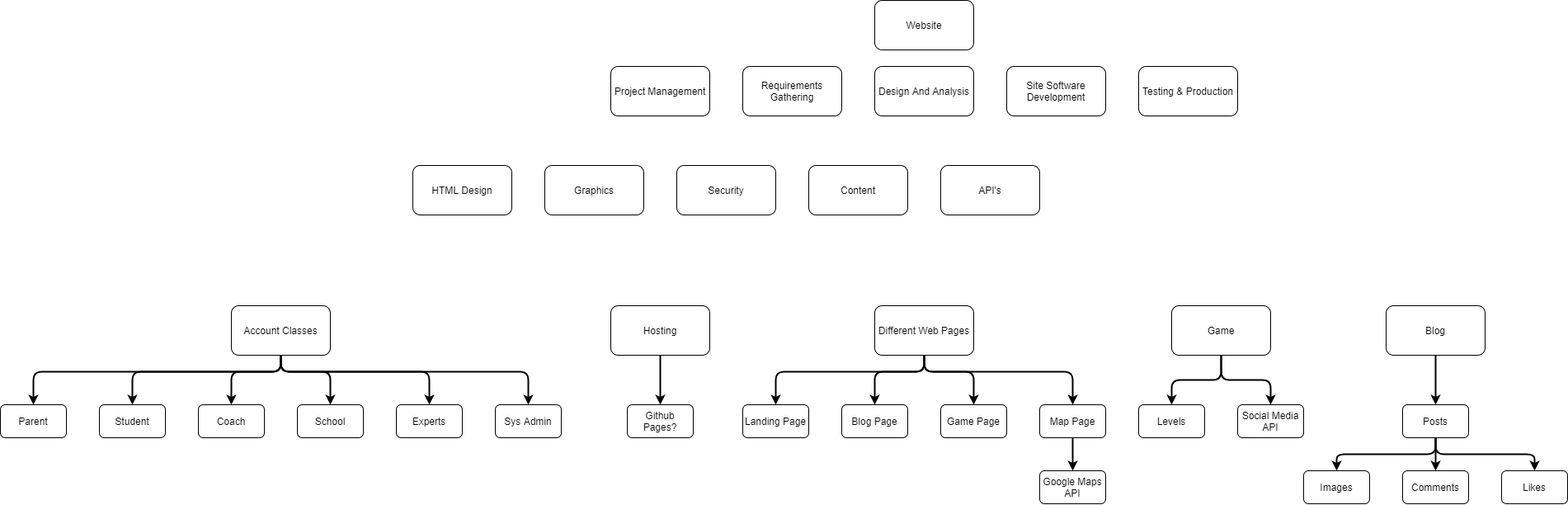
Before: Deliverables/Week_5/Work Breakdown Structure.png, a diagram exported from draw.io (Hanandrof/Group-3-Repository). Source tidied: cells renumbered, new cells last; positions are measured from the earlier drawing's top-left corner, leaving out a move shared by most shapes.
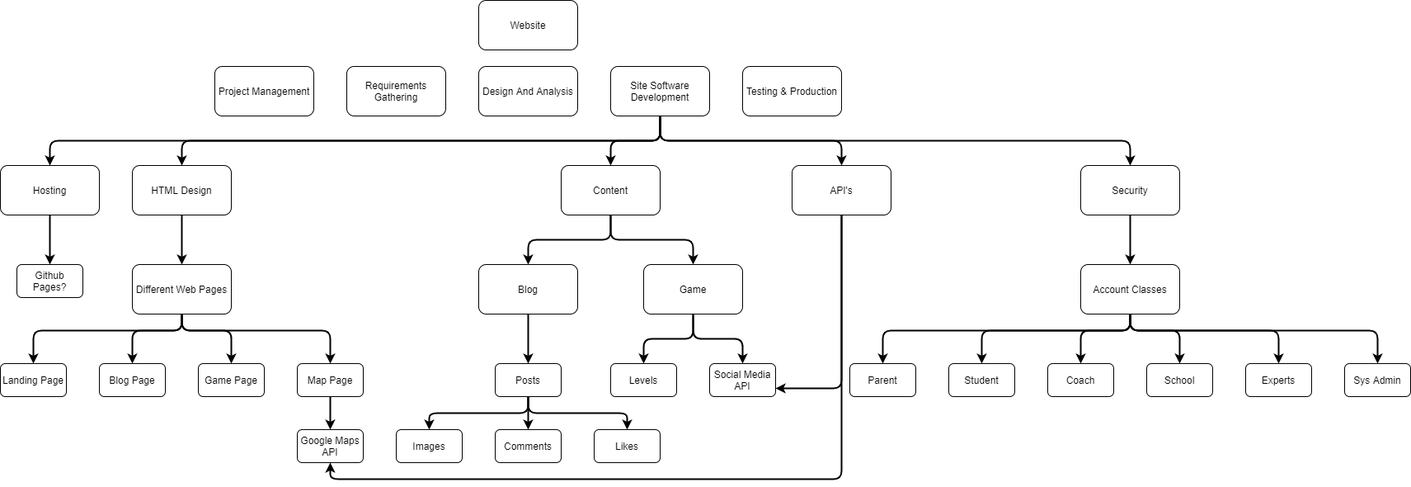
The same diagram one commit later.

Diff of the diagram source:
```diff
@@ -8,94 +8,94 @@
     <mxCell id="3" style="edgeStyle=orthogonalEdgeStyle;jettySize=auto;html=1;entryX=0.5;entryY=0;entryDx=0;entryDy=0;strokeWidth=2;rounded=1;" parent="1" edge="1" source="9" target="22">
       <mxGeometry relative="1" as="geometry">
         <Array as="points">
-          <mxPoint x="340" y="450" />
-          <mxPoint x="40" y="450" />
+          <mxPoint x="1850" y="400" />
+          <mxPoint x="1550" y="400" />
         </Array>
       </mxGeometry>
     </mxCell>
     <mxCell id="4" style="edgeStyle=orthogonalEdgeStyle;jettySize=auto;html=1;entryX=0.5;entryY=0;entryDx=0;entryDy=0;strokeWidth=2;rounded=1;" parent="1" edge="1" source="9" target="23">
       <mxGeometry relative="1" as="geometry">
         <Array as="points">
-          <mxPoint x="340" y="450" />
-          <mxPoint x="160" y="450" />
+          <mxPoint x="1850" y="400" />
+          <mxPoint x="1670" y="400" />
         </Array>
       </mxGeometry>
     </mxCell>
     <mxCell id="5" style="edgeStyle=orthogonalEdgeStyle;jettySize=auto;html=1;entryX=0.5;entryY=0;entryDx=0;entryDy=0;strokeWidth=2;rounded=1;" parent="1" edge="1" source="9" target="24">
       <mxGeometry relative="1" as="geometry">
         <Array as="points">
-          <mxPoint x="340" y="450" />
-          <mxPoint x="280" y="450" />
+          <mxPoint x="1850" y="400" />
+          <mxPoint x="1790" y="400" />
         </Array>
       </mxGeometry>
     </mxCell>
     <mxCell id="6" style="edgeStyle=orthogonalEdgeStyle;jettySize=auto;html=1;entryX=0.5;entryY=0;entryDx=0;entryDy=0;strokeWidth=2;rounded=1;" parent="1" edge="1" source="9" target="25">
       <mxGeometry relative="1" as="geometry">
         <Array as="points">
-          <mxPoint x="340" y="450" />
-          <mxPoint x="400" y="450" />
+          <mxPoint x="1850" y="400" />
+          <mxPoint x="1910" y="400" />
         </Array>
       </mxGeometry>
     </mxCell>
     <mxCell id="7" style="edgeStyle=orthogonalEdgeStyle;jettySize=auto;html=1;strokeWidth=2;rounded=1;" parent="1" edge="1" source="9" target="26">
       <mxGeometry relative="1" as="geometry">
         <Array as="points">
-          <mxPoint x="340" y="450" />
-          <mxPoint x="520" y="450" />
+          <mxPoint x="1850" y="400" />
+          <mxPoint x="2030" y="400" />
         </Array>
       </mxGeometry>
     </mxCell>
     <mxCell id="8" style="edgeStyle=orthogonalEdgeStyle;jettySize=auto;html=1;strokeWidth=2;rounded=1;" parent="1" edge="1" source="9" target="27">
       <mxGeometry relative="1" as="geometry">
         <Array as="points">
-          <mxPoint x="340" y="450" />
-          <mxPoint x="640" y="450" />
+          <mxPoint x="1850" y="400" />
+          <mxPoint x="2150" y="400" />
         </Array>
       </mxGeometry>
     </mxCell>
     <mxCell id="9" value="Account Classes" style="rounded=1;whiteSpace=wrap;html=1;" parent="1" vertex="1">
-      <mxGeometry x="280" y="370" width="120" height="60" as="geometry" />
+      <mxGeometry x="1790" y="320" width="120" height="60" as="geometry" />
     </mxCell>
     <mxCell id="10" style="edgeStyle=orthogonalEdgeStyle;rounded=1;jettySize=auto;html=1;entryX=0.5;entryY=0;entryDx=0;entryDy=0;strokeWidth=2;" parent="1" edge="1" source="11" target="28">
       <mxGeometry relative="1" as="geometry" />
     </mxCell>
     <mxCell id="11" value="Hosting" style="rounded=1;whiteSpace=wrap;html=1;" parent="1" vertex="1">
-      <mxGeometry x="740" y="370" width="120" height="60" as="geometry" />
+      <mxGeometry x="480" y="200" width="120" height="60" as="geometry" />
     </mxCell>
     <mxCell id="12" style="edgeStyle=orthogonalEdgeStyle;rounded=1;jettySize=auto;html=1;entryX=0.5;entryY=0;entryDx=0;entryDy=0;strokeWidth=2;" parent="1" edge="1" source="16" target="29">
       <mxGeometry relative="1" as="geometry">
         <Array as="points">
-          <mxPoint x="1120" y="450" />
-          <mxPoint x="940" y="450" />
+          <mxPoint x="700" y="400" />
+          <mxPoint x="520" y="400" />
         </Array>
       </mxGeometry>
     </mxCell>
     <mxCell id="13" style="edgeStyle=orthogonalEdgeStyle;rounded=1;jettySize=auto;html=1;entryX=0.5;entryY=0;entryDx=0;entryDy=0;strokeWidth=2;" parent="1" edge="1" source="16" target="31">
       <mxGeometry relative="1" as="geometry">
         <Array as="points">
-          <mxPoint x="1120" y="450" />
-          <mxPoint x="1060" y="450" />
+          <mxPoint x="700" y="400" />
+          <mxPoint x="640" y="400" />
         </Array>
       </mxGeometry>
     </mxCell>
     <mxCell id="14" style="edgeStyle=orthogonalEdgeStyle;rounded=1;jettySize=auto;html=1;entryX=0.5;entryY=0;entryDx=0;entryDy=0;strokeWidth=2;" parent="1" edge="1" source="16" target="30">
       <mxGeometry relative="1" as="geometry">
         <Array as="points">
-          <mxPoint x="1120" y="450" />
-          <mxPoint x="1180" y="450" />
+          <mxPoint x="700" y="400" />
+          <mxPoint x="760" y="400" />
         </Array>
       </mxGeometry>
     </mxCell>
     <mxCell id="15" style="edgeStyle=orthogonalEdgeStyle;rounded=1;jettySize=auto;html=1;entryX=0.5;entryY=0;entryDx=0;entryDy=0;strokeWidth=2;" parent="1" edge="1" source="16" target="33">
       <mxGeometry relative="1" as="geometry">
         <Array as="points">
-          <mxPoint x="1120" y="450" />
-          <mxPoint x="1300" y="450" />
+          <mxPoint x="700" y="400" />
+          <mxPoint x="880" y="400" />
         </Array>
       </mxGeometry>
     </mxCell>
     <mxCell id="16" value="Different Web Pages" style="rounded=1;whiteSpace=wrap;html=1;" parent="1" vertex="1">
-      <mxGeometry x="1060" y="370" width="120" height="60" as="geometry" />
+      <mxGeometry x="640" y="320" width="120" height="60" as="geometry" />
     </mxCell>
     <mxCell id="17" style="edgeStyle=orthogonalEdgeStyle;rounded=1;jettySize=auto;html=1;entryX=0.5;entryY=0;entryDx=0;entryDy=0;strokeWidth=2;" parent="1" edge="1" source="19" target="34">
       <mxGeometry relative="1" as="geometry" />
@@ -104,61 +104,61 @@
       <mxGeometry relative="1" as="geometry" />
     </mxCell>
     <mxCell id="19" value="Game" style="rounded=1;whiteSpace=wrap;html=1;" parent="1" vertex="1">
-      <mxGeometry x="1420" y="370" width="120" height="60" as="geometry" />
+      <mxGeometry x="1260" y="320" width="120" height="60" as="geometry" />
     </mxCell>
     <mxCell id="20" style="edgeStyle=orthogonalEdgeStyle;rounded=1;jettySize=auto;html=1;strokeWidth=2;" parent="1" edge="1" source="21" target="39">
       <mxGeometry relative="1" as="geometry" />
     </mxCell>
     <mxCell id="21" value="Blog" style="rounded=1;whiteSpace=wrap;html=1;" parent="1" vertex="1">
-      <mxGeometry x="1680" y="370" width="120" height="60" as="geometry" />
+      <mxGeometry x="1060" y="320" width="120" height="60" as="geometry" />
     </mxCell>
     <mxCell id="22" value="Parent" style="rounded=1;whiteSpace=wrap;html=1;" parent="1" vertex="1">
-      <mxGeometry y="490" width="80" height="40" as="geometry" />
+      <mxGeometry x="1510" y="440" width="80" height="40" as="geometry" />
     </mxCell>
     <mxCell id="23" value="Student" style="rounded=1;whiteSpace=wrap;html=1;" parent="1" vertex="1">
-      <mxGeometry x="120" y="490" width="80" height="40" as="geometry" />
+      <mxGeometry x="1630" y="440" width="80" height="40" as="geometry" />
     </mxCell>
     <mxCell id="24" value="Coach" style="rounded=1;whiteSpace=wrap;html=1;" parent="1" vertex="1">
-      <mxGeometry x="240" y="490" width="80" height="40" as="geometry" />
+      <mxGeometry x="1750" y="440" width="80" height="40" as="geometry" />
     </mxCell>
     <mxCell id="25" value="School" style="rounded=1;whiteSpace=wrap;html=1;" parent="1" vertex="1">
-      <mxGeometry x="360" y="490" width="80" height="40" as="geometry" />
+      <mxGeometry x="1870" y="440" width="80" height="40" as="geometry" />
     </mxCell>
     <mxCell id="26" value="Experts" style="rounded=1;whiteSpace=wrap;html=1;" parent="1" vertex="1">
-      <mxGeometry x="480" y="490" width="80" height="40" as="geometry" />
+      <mxGeometry x="1990" y="440" width="80" height="40" as="geometry" />
     </mxCell>
     <mxCell id="27" value="Sys Admin" style="rounded=1;whiteSpace=wrap;html=1;" parent="1" vertex="1">
-      <mxGeometry x="600" y="490" width="80" height="40" as="geometry" />
+      <mxGeometry x="2110" y="440" width="80" height="40" as="geometry" />
     </mxCell>
     <mxCell id="28" value="Github Pages?" style="rounded=1;whiteSpace=wrap;html=1;" parent="1" vertex="1">
-      <mxGeometry x="760" y="490" width="80" height="40" as="geometry" />
+      <mxGeometry x="500" y="320" width="80" height="40" as="geometry" />
     </mxCell>
     <mxCell id="29" value="Landing Page" style="rounded=1;whiteSpace=wrap;html=1;" parent="1" vertex="1">
-      <mxGeometry x="900" y="490" width="80" height="40" as="geometry" />
+      <mxGeometry x="480" y="440" width="80" height="40" as="geometry" />
     </mxCell>
     <mxCell id="30" value="Game Page" style="rounded=1;whiteSpace=wrap;html=1;" parent="1" vertex="1">
-      <mxGeometry x="1140" y="490" width="80" height="40" as="geometry" />
+      <mxGeometry x="720" y="440" width="80" height="40" as="geometry" />
     </mxCell>
     <mxCell id="31" value="Blog Page" style="rounded=1;whiteSpace=wrap;html=1;" parent="1" vertex="1">
-      <mxGeometry x="1020" y="490" width="80" height="40" as="geometry" />
+      <mxGeometry x="600" y="440" width="80" height="40" as="geometry" />
     </mxCell>
     <mxCell id="32" style="edgeStyle=orthogonalEdgeStyle;rounded=1;jettySize=auto;html=1;strokeWidth=2;" parent="1" edge="1" source="33" target="43">
       <mxGeometry relative="1" as="geometry" />
     </mxCell>
     <mxCell id="33" value="Map Page" style="rounded=1;whiteSpace=wrap;html=1;" parent="1" vertex="1">
-      <mxGeometry x="1260" y="490" width="80" height="40" as="geometry" />
+      <mxGeometry x="840" y="440" width="80" height="40" as="geometry" />
     </mxCell>
     <mxCell id="34" value="Levels" style="rounded=1;whiteSpace=wrap;html=1;" parent="1" vertex="1">
-      <mxGeometry x="1380" y="490" width="80" height="40" as="geometry" />
+      <mxGeometry x="1220" y="440" width="80" height="40" as="geometry" />
     </mxCell>
     <mxCell id="35" value="Social Media API" style="rounded=1;whiteSpace=wrap;html=1;" parent="1" vertex="1">
-      <mxGeometry x="1500" y="490" width="80" height="40" as="geometry" />
+      <mxGeometry x="1340" y="440" width="80" height="40" as="geometry" />
     </mxCell>
     <mxCell id="36" style="edgeStyle=orthogonalEdgeStyle;rounded=1;jettySize=auto;html=1;entryX=0.5;entryY=0;entryDx=0;entryDy=0;strokeWidth=2;" parent="1" edge="1" source="39" target="40">
       <mxGeometry relative="1" as="geometry">
         <Array as="points">
-          <mxPoint x="1740" y="550" />
-          <mxPoint x="1620" y="550" />
+          <mxPoint x="1120" y="500" />
+          <mxPoint x="1000" y="500" />
         </Array>
       </mxGeometry>
     </mxCell>
@@ -168,25 +168,25 @@
     <mxCell id="38" style="edgeStyle=orthogonalEdgeStyle;rounded=1;jettySize=auto;html=1;strokeWidth=2;" parent="1" edge="1" source="39" target="42">
       <mxGeometry relative="1" as="geometry">
         <Array as="points">
-          <mxPoint x="1740" y="550" />
-          <mxPoint x="1860" y="550" />
+          <mxPoint x="1120" y="500" />
+          <mxPoint x="1240" y="500" />
         </Array>
       </mxGeometry>
     </mxCell>
     <mxCell id="39" value="Posts" style="rounded=1;whiteSpace=wrap;html=1;" parent="1" vertex="1">
-      <mxGeometry x="1700" y="490" width="80" height="40" as="geometry" />
+      <mxGeometry x="1080" y="440" width="80" height="40" as="geometry" />
     </mxCell>
     <mxCell id="40" value="Images" style="rounded=1;whiteSpace=wrap;html=1;" parent="1" vertex="1">
-      <mxGeometry x="1580" y="570" width="80" height="40" as="geometry" />
+      <mxGeometry x="960" y="520" width="80" height="40" as="geometry" />
     </mxCell>
     <mxCell id="41" value="Comments" style="rounded=1;whiteSpace=wrap;html=1;" parent="1" vertex="1">
-      <mxGeometry x="1700" y="570" width="80" height="40" as="geometry" />
+      <mxGeometry x="1080" y="520" width="80" height="40" as="geometry" />
     </mxCell>
     <mxCell id="42" value="Likes" style="rounded=1;whiteSpace=wrap;html=1;" parent="1" vertex="1">
-      <mxGeometry x="1820" y="570" width="80" height="40" as="geometry" />
+      <mxGeometry x="1200" y="520" width="80" height="40" as="geometry" />
     </mxCell>
     <mxCell id="43" value="Google Maps API" style="rounded=1;whiteSpace=wrap;html=1;" parent="1" vertex="1">
-      <mxGeometry x="1260" y="570" width="80" height="40" as="geometry" />
+      <mxGeometry x="840" y="520" width="80" height="40" as="geometry" />
     </mxCell>
     <mxCell id="44" value="Project Management" style="rounded=1;whiteSpace=wrap;html=1;" parent="1" vertex="1">
       <mxGeometry x="740" y="80" width="120" height="60" as="geometry" />
@@ -197,26 +197,85 @@
     <mxCell id="46" value="Design And Analysis" style="rounded=1;whiteSpace=wrap;html=1;" parent="1" vertex="1">
       <mxGeometry x="1060" y="80" width="120" height="60" as="geometry" />
     </mxCell>
+    <mxCell id="54" style="edgeStyle=orthogonalEdgeStyle;rounded=1;jettySize=auto;html=1;strokeWidth=2;" parent="1" edge="1" source="47" target="49">
+      <mxGeometry relative="1" as="geometry">
+        <Array as="points">
+          <mxPoint x="1280" y="170" />
+          <mxPoint x="700" y="170" />
+        </Array>
+      </mxGeometry>
+    </mxCell>
+    <mxCell id="55" style="edgeStyle=orthogonalEdgeStyle;rounded=1;jettySize=auto;html=1;entryX=0.5;entryY=0;entryDx=0;entryDy=0;strokeWidth=2;" parent="1" edge="1" source="47" target="52">
+      <mxGeometry relative="1" as="geometry" />
+    </mxCell>
+    <mxCell id="56" style="edgeStyle=orthogonalEdgeStyle;rounded=1;jettySize=auto;html=1;strokeWidth=2;" parent="1" edge="1" source="47" target="53">
+      <mxGeometry relative="1" as="geometry">
+        <Array as="points">
+          <mxPoint x="1280" y="170" />
+          <mxPoint x="1500" y="170" />
+        </Array>
+      </mxGeometry>
+    </mxCell>
+    <mxCell id="57" style="edgeStyle=orthogonalEdgeStyle;rounded=1;jettySize=auto;html=1;strokeWidth=2;" parent="1" edge="1" source="47" target="51">
+      <mxGeometry relative="1" as="geometry">
+        <Array as="points">
+          <mxPoint x="1280" y="170" />
+          <mxPoint x="1850" y="170" />
+        </Array>
+      </mxGeometry>
+    </mxCell>
+    <mxCell id="58" style="edgeStyle=orthogonalEdgeStyle;rounded=1;jettySize=auto;html=1;strokeWidth=2;" parent="1" edge="1" source="47" target="11">
+      <mxGeometry relative="1" as="geometry">
+        <Array as="points">
+          <mxPoint x="1280" y="170" />
+          <mxPoint x="540" y="170" />
+        </Array>
+      </mxGeometry>
+    </mxCell>
     <mxCell id="47" value="Site Software Development" style="rounded=1;whiteSpace=wrap;html=1;" parent="1" vertex="1">
       <mxGeometry x="1220" y="80" width="120" height="60" as="geometry" />
     </mxCell>
     <mxCell id="48" value="Testing &amp;amp; Production" style="rounded=1;whiteSpace=wrap;html=1;" parent="1" vertex="1">
       <mxGeometry x="1380" y="80" width="120" height="60" as="geometry" />
     </mxCell>
+    <mxCell id="59" style="edgeStyle=orthogonalEdgeStyle;rounded=1;jettySize=auto;html=1;strokeWidth=2;" parent="1" edge="1" source="49" target="16">
+      <mxGeometry relative="1" as="geometry" />
+    </mxCell>
     <mxCell id="49" value="HTML Design" style="rounded=1;whiteSpace=wrap;html=1;" parent="1" vertex="1">
-      <mxGeometry x="500" y="200" width="120" height="60" as="geometry" />
+      <mxGeometry x="640" y="200" width="120" height="60" as="geometry" />
     </mxCell>
-    <mxCell id="50" value="Graphics" style="rounded=1;whiteSpace=wrap;html=1;" parent="1" vertex="1">
-      <mxGeometry x="660" y="200" width="120" height="60" as="geometry" />
-    </mxCell>
+    <mxCell id="60" style="edgeStyle=orthogonalEdgeStyle;rounded=1;jettySize=auto;html=1;strokeWidth=2;" parent="1" edge="1" source="51" target="9">
+      <mxGeometry relative="1" as="geometry" />
+    </mxCell>
     <mxCell id="51" value="Security" style="rounded=1;whiteSpace=wrap;html=1;" parent="1" vertex="1">
-      <mxGeometry x="820" y="200" width="120" height="60" as="geometry" />
+      <mxGeometry x="1790" y="200" width="120" height="60" as="geometry" />
     </mxCell>
+    <mxCell id="61" style="edgeStyle=orthogonalEdgeStyle;rounded=1;jettySize=auto;html=1;strokeWidth=2;" parent="1" edge="1" source="52" target="21">
+      <mxGeometry relative="1" as="geometry" />
+    </mxCell>
+    <mxCell id="62" style="edgeStyle=orthogonalEdgeStyle;rounded=1;jettySize=auto;html=1;strokeWidth=2;" parent="1" edge="1" source="52" target="19">
+      <mxGeometry relative="1" as="geometry" />
+    </mxCell>
     <mxCell id="52" value="Content" style="rounded=1;whiteSpace=wrap;html=1;" parent="1" vertex="1">
-      <mxGeometry x="980" y="200" width="120" height="60" as="geometry" />
+      <mxGeometry x="1160" y="200" width="120" height="60" as="geometry" />
     </mxCell>
+    <mxCell id="63" style="edgeStyle=orthogonalEdgeStyle;rounded=1;jettySize=auto;html=1;entryX=1;entryY=0.75;entryDx=0;entryDy=0;strokeWidth=2;" parent="1" edge="1" source="53" target="35">
+      <mxGeometry relative="1" as="geometry">
+        <Array as="points">
+          <mxPoint x="1500" y="470" />
+        </Array>
+      </mxGeometry>
+    </mxCell>
+    <mxCell id="64" style="edgeStyle=orthogonalEdgeStyle;rounded=1;jettySize=auto;html=1;entryX=0.5;entryY=1;entryDx=0;entryDy=0;strokeWidth=2;" parent="1" edge="1" source="53" target="43">
+      <mxGeometry relative="1" as="geometry">
+        <Array as="points">
+          <mxPoint x="1500" y="580" />
+          <mxPoint x="880" y="580" />
+        </Array>
+      </mxGeometry>
+    </mxCell>
     <mxCell id="53" value="API's" style="rounded=1;whiteSpace=wrap;html=1;" parent="1" vertex="1">
-      <mxGeometry x="1140" y="200" width="120" height="60" as="geometry" />
+      <mxGeometry x="1440" y="200" width="120" height="60" as="geometry" />
     </mxCell>
   </root>
 </mxGraphModel>
```
